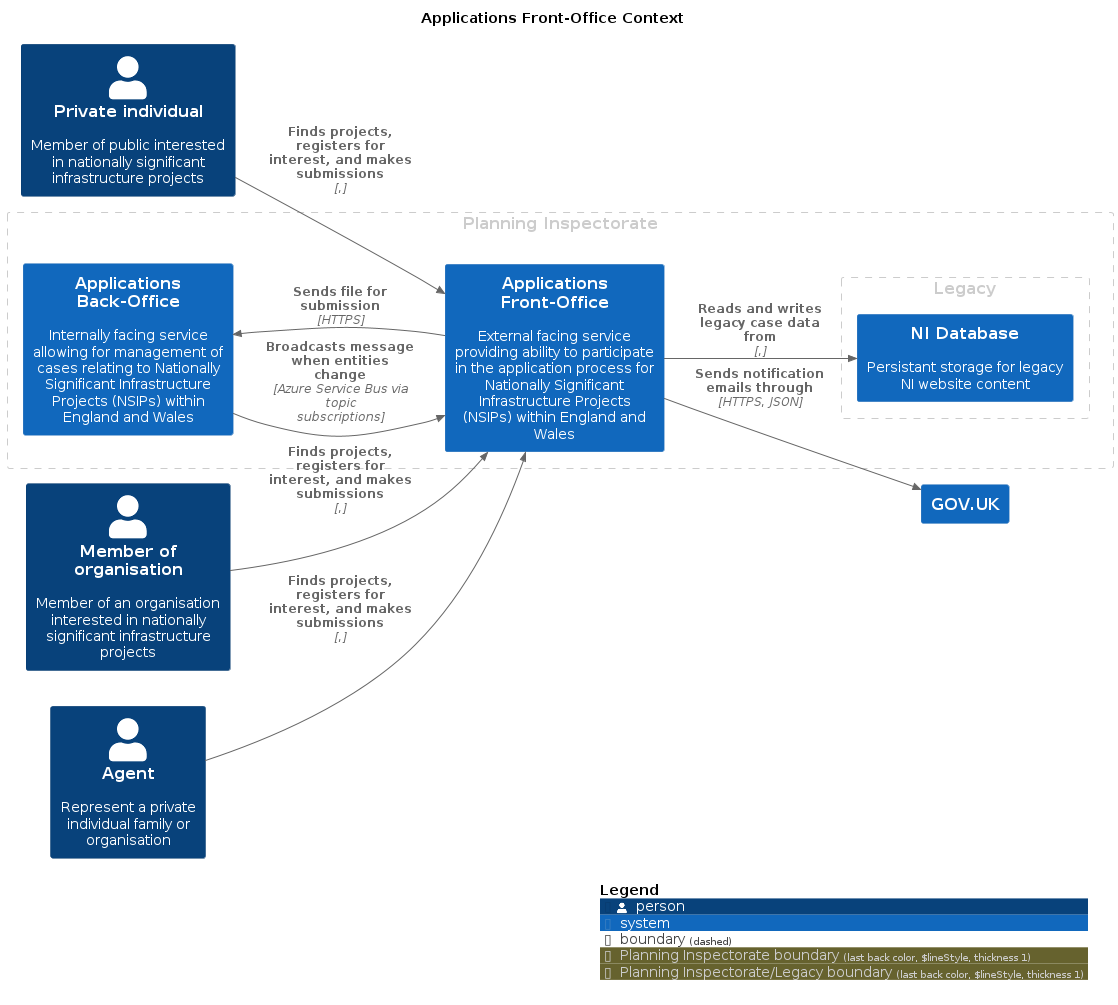
This is master/png/ApplicationsFOContext.png from Planning-Inspectorate/applications-service, a PlantUML export, as it was before one commit.
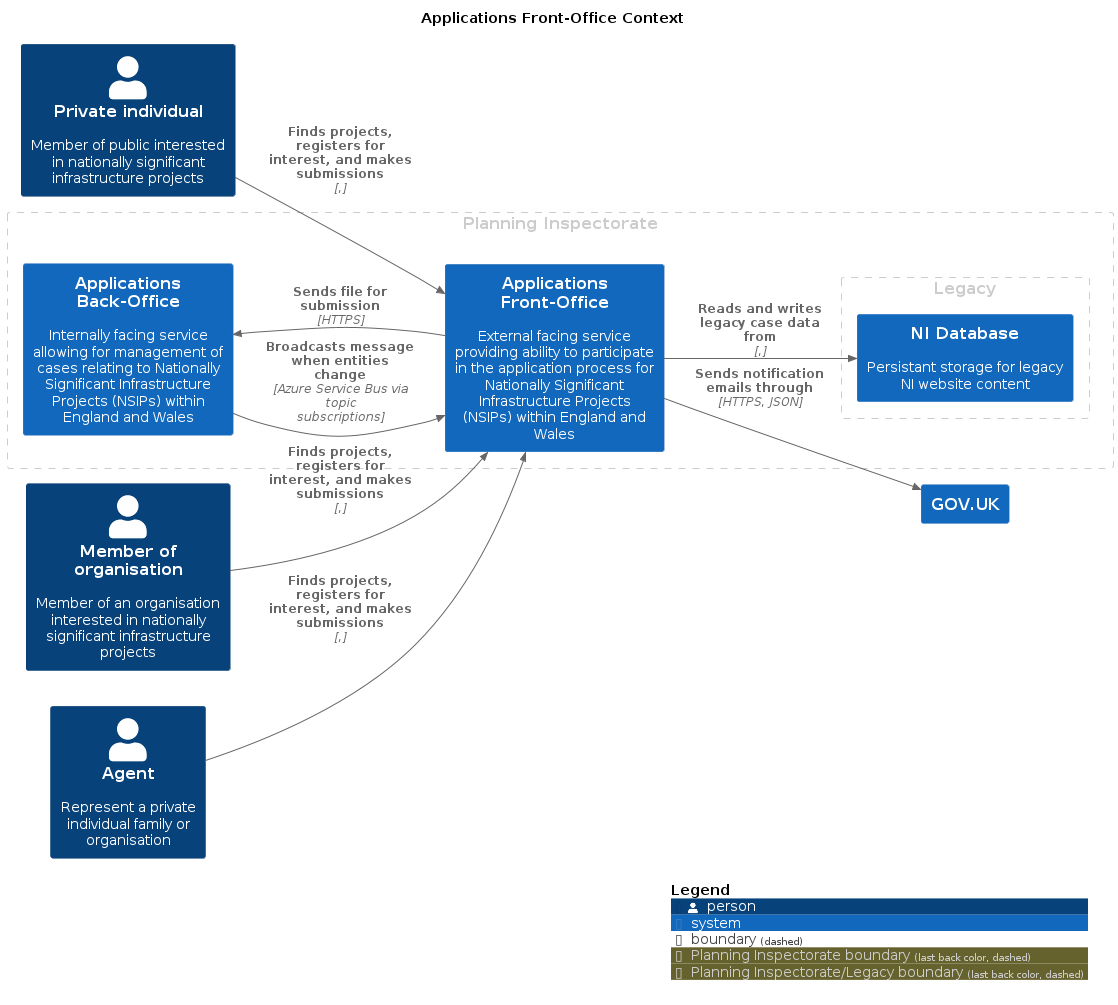
After the commit.

The edit, as a diff of the source:
```diff
@@ -7,11 +7,11 @@
 !include <C4/C4>
 !include <C4/C4_Context>
 
-AddBoundaryTag("Planning Inspectorate", $borderColor="#cccccc", $fontColor="#cccccc", $borderStyle="Dashed", $borderThickness="1")
+AddBoundaryTag("Planning Inspectorate", $borderColor="#cccccc", $fontColor="#cccccc", $borderStyle="dashed")
 Boundary(group_1, "Planning Inspectorate", $tags="Planning Inspectorate") {
   System(ApplicationsBackOffice, "Applications Back-Office", $descr="Internally facing service allowing for management of cases relating to Nationally Significant Infrastructure Projects (NSIPs) within England and Wales", $tags="", $link="")
   System(ApplicationsFrontOffice, "Applications Front-Office", $descr="External facing service providing ability to participate in the application process for Nationally Significant Infrastructure Projects (NSIPs) within England and Wales", $tags="", $link="")
-    AddBoundaryTag("Planning Inspectorate/Legacy", $borderColor="#cccccc", $fontColor="#cccccc", $borderStyle="Dashed", $borderThickness="1")
+    AddBoundaryTag("Planning Inspectorate/Legacy", $borderColor="#cccccc", $fontColor="#cccccc", $borderStyle="dashed")
     Boundary(group_2, "Legacy", $tags="Planning Inspectorate/Legacy") {
       System(NIDatabase, "NI Database", $descr="Persistant storage for legacy NI website content", $tags="", $link="")
     }
```
